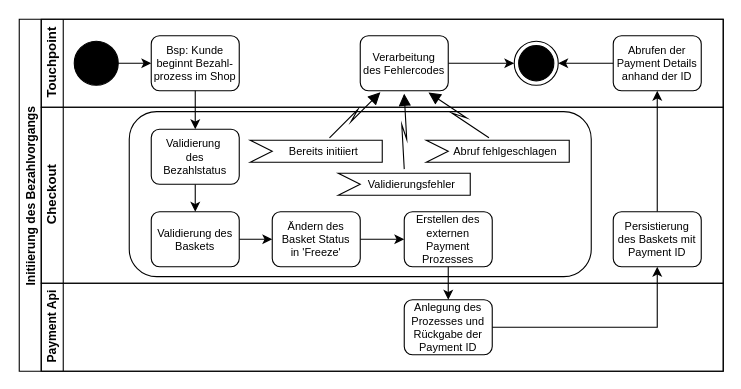
Earlier version of the draw.io diagram svg/AD InitPayment.drawio (Thalmaier/bachelor-thesis). Source tidied: cells renumbered, new cells numbered last; positions are measured from the earlier drawing's top-left corner, leaving out a move shared by most shapes. Both pictures are drawn from the tidied source at 110%, with x=0, y=0 at pixel (19, 19).
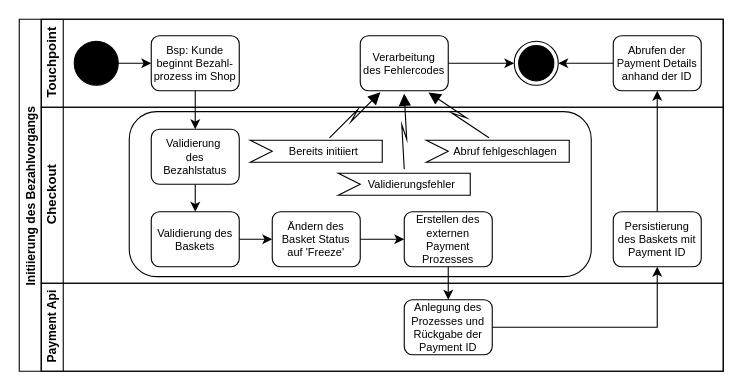
The same diagram, later.

The change refers to these unchanged cells:
```xml
<mxCell id="14" value="Checkout" style="swimlane;html=1;startSize=20;horizontal=0;fontColor=#000000;strokeColor=#000000;fillColor=none;" parent="2" vertex="1">
  <mxGeometry x="20" y="80" width="620" height="160" as="geometry" />
</mxCell>
```

What changed in the source:
```diff
@@
-    <mxCell id="17" value="Ändern des&#10;Basket Status&#10;in 'Freeze'" style="rounded=1;fontFamily=Helvetica;fontSize=10;fontColor=#000000;align=center;strokeColor=#000000;fillColor=#FFFFFF;" parent="14" vertex="1">
+    <mxCell id="17" value="Ändern des&#10;Basket Status&#10;auf 'Freeze'" style="rounded=1;fontFamily=Helvetica;fontSize=10;fontColor=#000000;align=center;strokeColor=#000000;fillColor=#FFFFFF;" parent="14" vertex="1">
       <mxGeometry x="210" y="95" width="80" height="50" as="geometry" />
     </mxCell>
```
